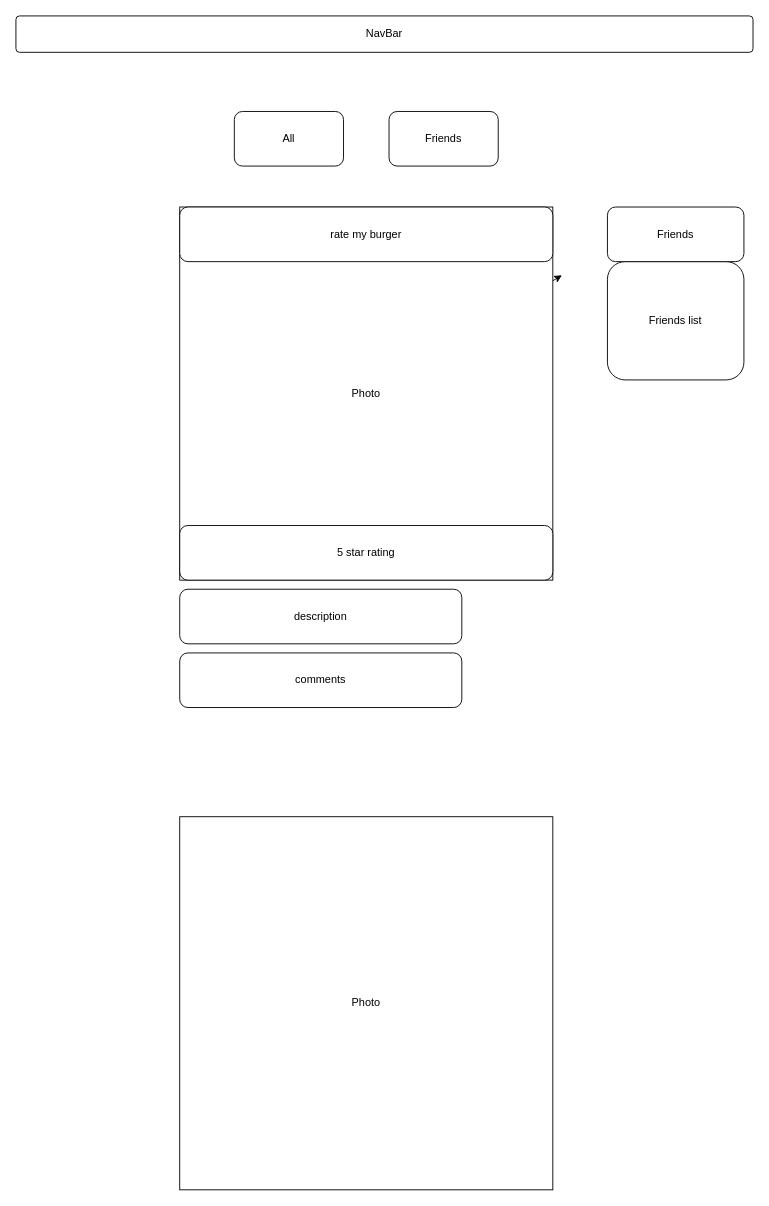
Before: frontend/wireFrame.drawio in gmbare/DCC-SocialMediaClone, a draw.io diagram. Source tidied: cells renumbered, new cells numbered last; positions are measured from the earlier drawing's top-left corner, leaving out a move shared by most shapes. Both pictures are drawn from the tidied source at 91%, with x=0, y=0 at pixel (15, 15).
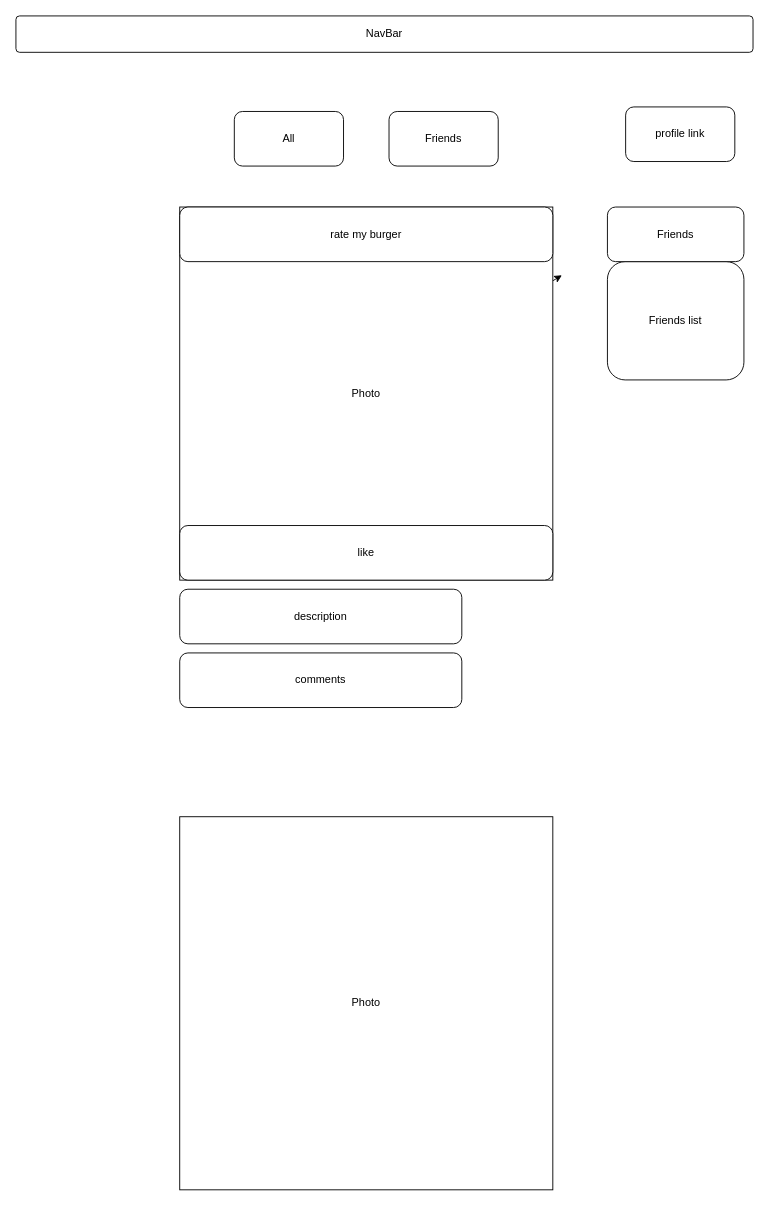
The same diagram, later.

The edit, as a diff of the source:
```diff
@@
 <mxGraphModel>
   <root>
     <mxCell id="0" />
     <mxCell id="1" parent="0" />
     <mxCell id="2" value="NavBar" style="rounded=1;arcSize=10;whiteSpace=wrap;html=1;align=center;" parent="1" vertex="1">
       <mxGeometry width="810" height="40" as="geometry" />
     </mxCell>
     <mxCell id="3" style="edgeStyle=none;html=1;" parent="1" edge="1" source="4">
       <mxGeometry relative="1" as="geometry">
         <mxPoint x="600" y="285" as="targetPoint" />
         <Array as="points">
           <mxPoint x="600" y="285" />
         </Array>
       </mxGeometry>
     </mxCell>
     <mxCell id="4" value="Photo" style="whiteSpace=wrap;html=1;" parent="1" vertex="1">
       <mxGeometry x="180" y="210" width="410" height="410" as="geometry" />
     </mxCell>
     <mxCell id="5" value="comments" style="rounded=1;whiteSpace=wrap;html=1;" parent="1" vertex="1">
       <mxGeometry x="180" y="700" width="310" height="60" as="geometry" />
     </mxCell>
     <mxCell id="6" value="Photo" style="whiteSpace=wrap;html=1;" parent="1" vertex="1">
       <mxGeometry x="180" y="880" width="410" height="410" as="geometry" />
     </mxCell>
     <mxCell id="7" value="rate my burger" style="rounded=1;whiteSpace=wrap;html=1;" parent="1" vertex="1">
       <mxGeometry x="180" y="210" width="410" height="60" as="geometry" />
     </mxCell>
     <mxCell id="8" value="description" style="rounded=1;whiteSpace=wrap;html=1;" parent="1" vertex="1">
       <mxGeometry x="180" y="630" width="310" height="60" as="geometry" />
     </mxCell>
-    <mxCell id="9" value="5 star rating" style="rounded=1;whiteSpace=wrap;html=1;" parent="1" vertex="1">
+    <mxCell id="9" value="like" style="rounded=1;whiteSpace=wrap;html=1;" parent="1" vertex="1">
       <mxGeometry x="180" y="560" width="410" height="60" as="geometry" />
     </mxCell>
     <mxCell id="10" value="Friends list" style="rounded=1;whiteSpace=wrap;html=1;" parent="1" vertex="1">
       <mxGeometry x="650" y="270" width="150" height="130" as="geometry" />
     </mxCell>
     <mxCell id="11" value="All" style="rounded=1;whiteSpace=wrap;html=1;" parent="1" vertex="1">
       <mxGeometry x="240" y="105" width="120" height="60" as="geometry" />
     </mxCell>
     <mxCell id="12" value="Friends" style="rounded=1;whiteSpace=wrap;html=1;" parent="1" vertex="1">
       <mxGeometry x="410" y="105" width="120" height="60" as="geometry" />
     </mxCell>
     <mxCell id="13" value="Friends" style="rounded=1;whiteSpace=wrap;html=1;" parent="1" vertex="1">
       <mxGeometry x="650" y="210" width="150" height="60" as="geometry" />
     </mxCell>
+    <mxCell id="14" value="profile link" style="rounded=1;whiteSpace=wrap;html=1;" parent="1" vertex="1">
+      <mxGeometry x="670" y="100" width="120" height="60" as="geometry" />
+    </mxCell>
   </root>
 </mxGraphModel>
```
